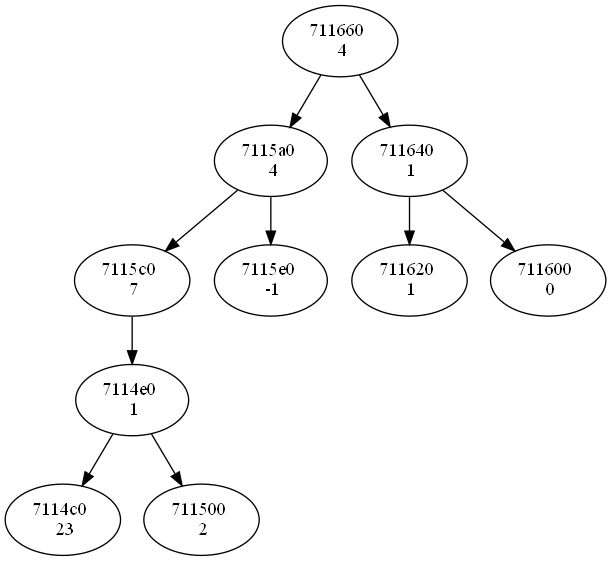
Before: graph.png, a diagram exported from Graphviz (levasemin/Diff). Its source is kept beside it as graph.dot.
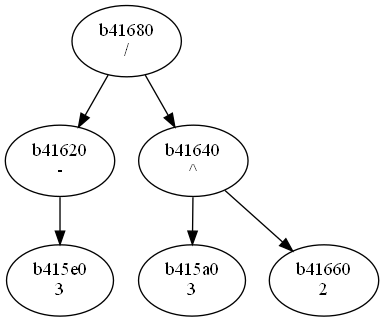
After the commit.

The edit, as a diff of the source:
```diff
@@ -1,39 +1,25 @@
 digraph G{
-"711660
- 4"->"7115a0
- 4";
-"711660
- 4"->"711640
- 1";
-"7115a0
- 4"->"7115c0
- 7";
-"7115a0
- 4"->"7115e0
- -1";
-"7115c0
- 7"->"7114e0
- 1";
-"7114e0
- 1"->"7114c0
- 23";
-"7114e0
- 1"->"711500
- 2";
-"7114c0
- 23";
-"711500
- 2";
-"7115e0
- -1";
-"711640
- 1"->"711620
- 1";
-"711640
- 1"->"711600
- 0";
-"711620
- 1";
-"711600
- 0";
+"b41680
+/"->"b41620
+-";
+"b41680
+/"->"b41640
+^";
+"b41620
+-"->"b415e0
+3";
+"b41620
+-";
+"b415e0
+3";
+"b41640
+^"->"b415a0
+3";
+"b41640
+^"->"b41660
+2";
+"b415a0
+3";
+"b41660
+2";
 }
```
